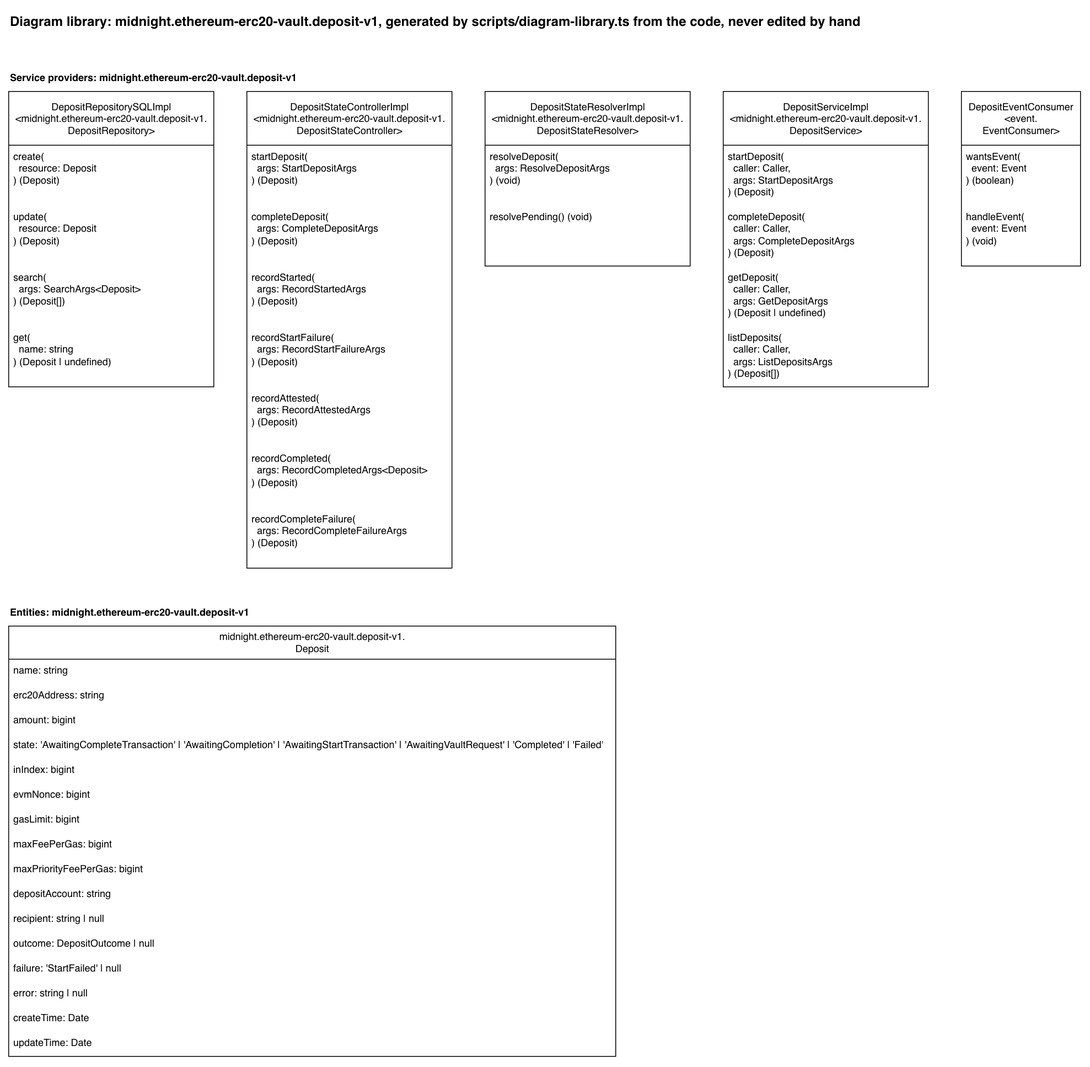
Above: docs/diagram-library/midnight/ethereum-erc20-vault/deposit-v1/diagram-library.drawio.png in sig-net/full-stack-demo (draw.io), before the change. Source tidied: cells renumbered, new cells last; positions are measured from the earlier drawing's top-left corner, leaving out a move shared by most shapes.
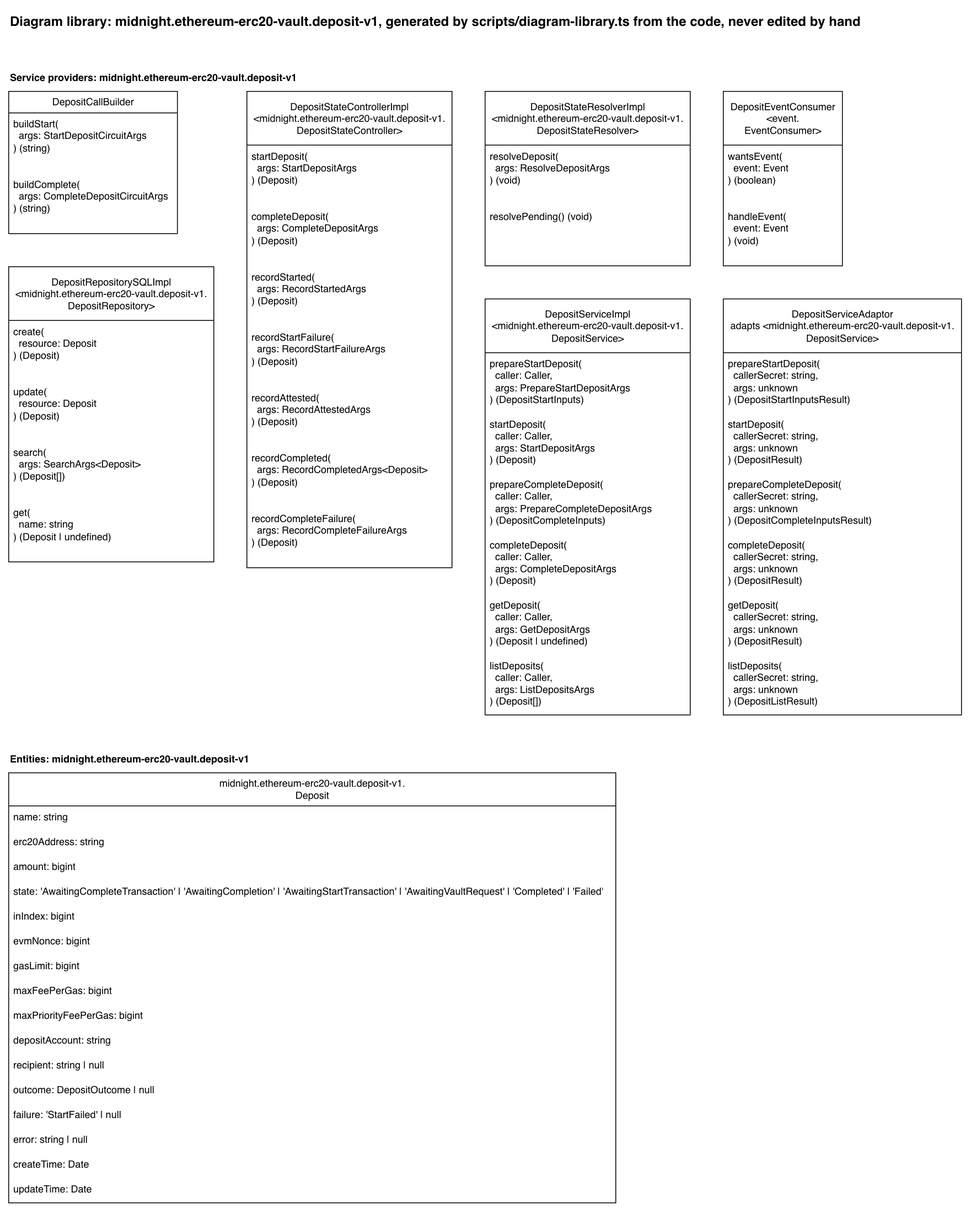
After the change.

The edit, as a diff of the source:
```diff
@@ -8,8 +8,17 @@
     <mxCell id="3" value="Service providers: midnight.ethereum-erc20-vault.deposit-v1" style="text;html=1;fontStyle=1;" parent="1" vertex="1">
       <mxGeometry y="70" width="373" height="20" as="geometry" />
     </mxCell>
+    <mxCell id="46" value="DepositCallBuilder" style="swimlane;fontStyle=0;horizontal=1;startSize=26;fillColor=default;html=1;fillStyle=solid;" parent="1" vertex="1">
+      <mxGeometry y="100" width="204" height="172" as="geometry" />
+    </mxCell>
+    <mxCell id="47" value="buildStart(&lt;br&gt;&amp;nbsp; args: StartDepositCircuitArgs&lt;br&gt;) (string)" style="text;strokeColor=none;fillColor=none;align=left;verticalAlign=top;spacingLeft=4;spacingRight=4;overflow=hidden;whiteSpace=wrap;html=1;" parent="46" vertex="1">
+      <mxGeometry y="26" width="204" height="73" as="geometry" />
+    </mxCell>
+    <mxCell id="48" value="buildComplete(&lt;br&gt;&amp;nbsp; args: CompleteDepositCircuitArgs&lt;br&gt;) (string)" style="text;strokeColor=none;fillColor=none;align=left;verticalAlign=top;spacingLeft=4;spacingRight=4;overflow=hidden;whiteSpace=wrap;html=1;" parent="46" vertex="1">
+      <mxGeometry y="99" width="204" height="73" as="geometry" />
+    </mxCell>
     <mxCell id="4" value="DepositRepositorySQLImpl&lt;br&gt;&amp;lt;midnight.ethereum-erc20-vault.deposit-v1.&lt;br&gt;DepositRepository&amp;gt;" style="swimlane;fontStyle=0;horizontal=1;startSize=65;fillColor=default;html=1;fillStyle=solid;" parent="1" vertex="1">
-      <mxGeometry y="100" width="248" height="357" as="geometry" />
+      <mxGeometry y="312" width="248" height="357" as="geometry" />
     </mxCell>
     <mxCell id="5" value="create(&lt;br&gt;&amp;nbsp; resource: Deposit&lt;br&gt;) (Deposit)" style="text;strokeColor=none;fillColor=none;align=left;verticalAlign=top;spacingLeft=4;spacingRight=4;overflow=hidden;whiteSpace=wrap;html=1;" parent="4" vertex="1">
       <mxGeometry y="65" width="248" height="73" as="geometry" />
@@ -57,22 +66,28 @@
       <mxGeometry y="138" width="248" height="73" as="geometry" />
     </mxCell>
     <mxCell id="20" value="DepositServiceImpl&lt;br&gt;&amp;lt;midnight.ethereum-erc20-vault.deposit-v1.&lt;br&gt;DepositService&amp;gt;" style="swimlane;fontStyle=0;horizontal=1;startSize=65;fillColor=default;html=1;fillStyle=solid;" parent="1" vertex="1">
-      <mxGeometry x="864" y="100" width="248" height="357" as="geometry" />
+      <mxGeometry x="576" y="351" width="248" height="503" as="geometry" />
     </mxCell>
+    <mxCell id="49" value="prepareStartDeposit(&lt;br&gt;&amp;nbsp; caller: Caller,&lt;br&gt;&amp;nbsp; args: PrepareStartDepositArgs&lt;br&gt;) (DepositStartInputs)" style="text;strokeColor=none;fillColor=none;align=left;verticalAlign=top;spacingLeft=4;spacingRight=4;overflow=hidden;whiteSpace=wrap;html=1;" parent="20" vertex="1">
+      <mxGeometry y="65" width="248" height="73" as="geometry" />
+    </mxCell>
     <mxCell id="21" value="startDeposit(&lt;br&gt;&amp;nbsp; caller: Caller,&lt;br&gt;&amp;nbsp; args: StartDepositArgs&lt;br&gt;) (Deposit)" style="text;strokeColor=none;fillColor=none;align=left;verticalAlign=top;spacingLeft=4;spacingRight=4;overflow=hidden;whiteSpace=wrap;html=1;" parent="20" vertex="1">
-      <mxGeometry y="65" width="248" height="73" as="geometry" />
+      <mxGeometry y="138" width="248" height="73" as="geometry" />
     </mxCell>
+    <mxCell id="50" value="prepareCompleteDeposit(&lt;br&gt;&amp;nbsp; caller: Caller,&lt;br&gt;&amp;nbsp; args: PrepareCompleteDepositArgs&lt;br&gt;) (DepositCompleteInputs)" style="text;strokeColor=none;fillColor=none;align=left;verticalAlign=top;spacingLeft=4;spacingRight=4;overflow=hidden;whiteSpace=wrap;html=1;" parent="20" vertex="1">
+      <mxGeometry y="211" width="248" height="73" as="geometry" />
+    </mxCell>
     <mxCell id="22" value="completeDeposit(&lt;br&gt;&amp;nbsp; caller: Caller,&lt;br&gt;&amp;nbsp; args: CompleteDepositArgs&lt;br&gt;) (Deposit)" style="text;strokeColor=none;fillColor=none;align=left;verticalAlign=top;spacingLeft=4;spacingRight=4;overflow=hidden;whiteSpace=wrap;html=1;" parent="20" vertex="1">
-      <mxGeometry y="138" width="248" height="73" as="geometry" />
+      <mxGeometry y="284" width="248" height="73" as="geometry" />
     </mxCell>
     <mxCell id="23" value="getDeposit(&lt;br&gt;&amp;nbsp; caller: Caller,&lt;br&gt;&amp;nbsp; args: GetDepositArgs&lt;br&gt;) (Deposit | undefined)" style="text;strokeColor=none;fillColor=none;align=left;verticalAlign=top;spacingLeft=4;spacingRight=4;overflow=hidden;whiteSpace=wrap;html=1;" parent="20" vertex="1">
-      <mxGeometry y="211" width="248" height="73" as="geometry" />
+      <mxGeometry y="357" width="248" height="73" as="geometry" />
     </mxCell>
     <mxCell id="24" value="listDeposits(&lt;br&gt;&amp;nbsp; caller: Caller,&lt;br&gt;&amp;nbsp; args: ListDepositsArgs&lt;br&gt;) (Deposit[])" style="text;strokeColor=none;fillColor=none;align=left;verticalAlign=top;spacingLeft=4;spacingRight=4;overflow=hidden;whiteSpace=wrap;html=1;" parent="20" vertex="1">
-      <mxGeometry y="284" width="248" height="73" as="geometry" />
+      <mxGeometry y="430" width="248" height="73" as="geometry" />
     </mxCell>
     <mxCell id="25" value="DepositEventConsumer&lt;br&gt;&amp;lt;event.&lt;br&gt;EventConsumer&amp;gt;" style="swimlane;fontStyle=0;horizontal=1;startSize=65;fillColor=default;html=1;fillStyle=solid;" parent="1" vertex="1">
-      <mxGeometry x="1152" y="100" width="144" height="211" as="geometry" />
+      <mxGeometry x="864" y="100" width="144" height="211" as="geometry" />
     </mxCell>
     <mxCell id="26" value="wantsEvent(&lt;br&gt;&amp;nbsp; event: Event&lt;br&gt;) (boolean)" style="text;strokeColor=none;fillColor=none;align=left;verticalAlign=top;spacingLeft=4;spacingRight=4;overflow=hidden;whiteSpace=wrap;html=1;" parent="25" vertex="1">
       <mxGeometry y="65" width="144" height="73" as="geometry" />
@@ -80,11 +95,32 @@
     <mxCell id="27" value="handleEvent(&lt;br&gt;&amp;nbsp; event: Event&lt;br&gt;) (void)" style="text;strokeColor=none;fillColor=none;align=left;verticalAlign=top;spacingLeft=4;spacingRight=4;overflow=hidden;whiteSpace=wrap;html=1;" parent="25" vertex="1">
       <mxGeometry y="138" width="144" height="73" as="geometry" />
     </mxCell>
+    <mxCell id="51" value="DepositServiceAdaptor&lt;br&gt;adapts &amp;lt;midnight.ethereum-erc20-vault.deposit-v1.&lt;br&gt;DepositService&amp;gt;" style="swimlane;fontStyle=0;horizontal=1;startSize=65;fillColor=default;html=1;fillStyle=solid;" parent="1" vertex="1">
+      <mxGeometry x="864" y="351" width="288" height="503" as="geometry" />
+    </mxCell>
+    <mxCell id="52" value="prepareStartDeposit(&lt;br&gt;&amp;nbsp; callerSecret: string,&lt;br&gt;&amp;nbsp; args: unknown&lt;br&gt;) (DepositStartInputsResult)" style="text;strokeColor=none;fillColor=none;align=left;verticalAlign=top;spacingLeft=4;spacingRight=4;overflow=hidden;whiteSpace=wrap;html=1;" parent="51" vertex="1">
+      <mxGeometry y="65" width="288" height="73" as="geometry" />
+    </mxCell>
+    <mxCell id="53" value="startDeposit(&lt;br&gt;&amp;nbsp; callerSecret: string,&lt;br&gt;&amp;nbsp; args: unknown&lt;br&gt;) (DepositResult)" style="text;strokeColor=none;fillColor=none;align=left;verticalAlign=top;spacingLeft=4;spacingRight=4;overflow=hidden;whiteSpace=wrap;html=1;" parent="51" vertex="1">
+      <mxGeometry y="138" width="288" height="73" as="geometry" />
+    </mxCell>
+    <mxCell id="54" value="prepareCompleteDeposit(&lt;br&gt;&amp;nbsp; callerSecret: string,&lt;br&gt;&amp;nbsp; args: unknown&lt;br&gt;) (DepositCompleteInputsResult)" style="text;strokeColor=none;fillColor=none;align=left;verticalAlign=top;spacingLeft=4;spacingRight=4;overflow=hidden;whiteSpace=wrap;html=1;" parent="51" vertex="1">
+      <mxGeometry y="211" width="288" height="73" as="geometry" />
+    </mxCell>
+    <mxCell id="55" value="completeDeposit(&lt;br&gt;&amp;nbsp; callerSecret: string,&lt;br&gt;&amp;nbsp; args: unknown&lt;br&gt;) (DepositResult)" style="text;strokeColor=none;fillColor=none;align=left;verticalAlign=top;spacingLeft=4;spacingRight=4;overflow=hidden;whiteSpace=wrap;html=1;" parent="51" vertex="1">
+      <mxGeometry y="284" width="288" height="73" as="geometry" />
+    </mxCell>
+    <mxCell id="56" value="getDeposit(&lt;br&gt;&amp;nbsp; callerSecret: string,&lt;br&gt;&amp;nbsp; args: unknown&lt;br&gt;) (DepositResult)" style="text;strokeColor=none;fillColor=none;align=left;verticalAlign=top;spacingLeft=4;spacingRight=4;overflow=hidden;whiteSpace=wrap;html=1;" parent="51" vertex="1">
+      <mxGeometry y="357" width="288" height="73" as="geometry" />
+    </mxCell>
+    <mxCell id="57" value="listDeposits(&lt;br&gt;&amp;nbsp; callerSecret: string,&lt;br&gt;&amp;nbsp; args: unknown&lt;br&gt;) (DepositListResult)" style="text;strokeColor=none;fillColor=none;align=left;verticalAlign=top;spacingLeft=4;spacingRight=4;overflow=hidden;whiteSpace=wrap;html=1;" parent="51" vertex="1">
+      <mxGeometry y="430" width="288" height="73" as="geometry" />
+    </mxCell>
     <mxCell id="28" value="Entities: midnight.ethereum-erc20-vault.deposit-v1" style="text;html=1;fontStyle=1;" parent="1" vertex="1">
-      <mxGeometry y="716" width="315" height="20" as="geometry" />
+      <mxGeometry y="894" width="315" height="20" as="geometry" />
     </mxCell>
     <mxCell id="29" value="midnight.ethereum-erc20-vault.deposit-v1.&lt;br&gt;Deposit" style="swimlane;fontStyle=0;horizontal=1;startSize=40;fillColor=default;html=1;fillStyle=solid;" parent="1" vertex="1">
-      <mxGeometry y="746" width="734" height="520" as="geometry" />
+      <mxGeometry y="924" width="734" height="520" as="geometry" />
     </mxCell>
     <mxCell id="30" value="name: string" style="text;strokeColor=none;fillColor=none;align=left;verticalAlign=top;spacingLeft=4;spacingRight=4;overflow=hidden;whiteSpace=wrap;html=1;" parent="29" vertex="1">
       <mxGeometry y="40" width="734" height="30" as="geometry" />
```
